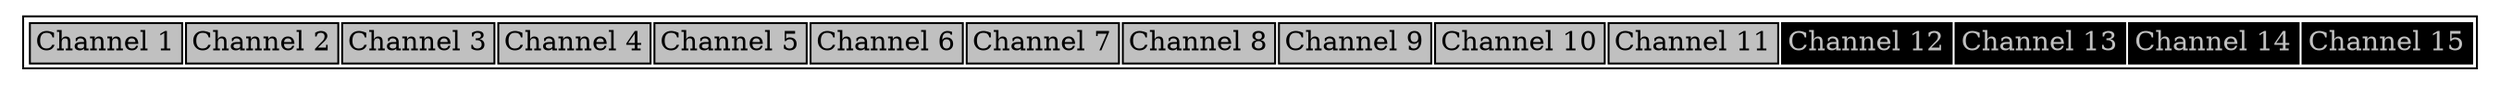
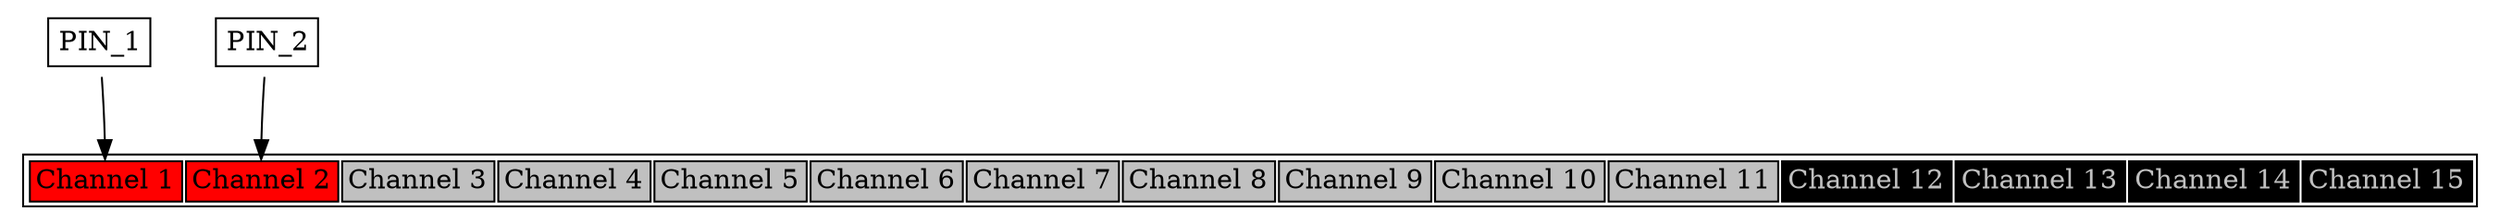


digraph H {

  parent [
   shape=plaintext
   label=<
     <table border='1' cellborder='1'>
       <tr>
-             <td bgcolor="grey" port='chan_1'>Channel 1</td>
-             <td bgcolor="grey" port='chan_2'>Channel 2</td>
+             <td bgcolor="red" port='chan_1'>Channel 1</td>
+             <td bgcolor="red" port='chan_2'>Channel 2</td>
            <td bgcolor="grey" port='chan_3'>Channel 3</td>
            <td bgcolor="grey" port='chan_4'>Channel 4</td>
            <td bgcolor="grey" port='chan_5'>Channel 5</td>
            <td bgcolor="grey" port='chan_6'>Channel 6</td>
            <td bgcolor="grey" port='chan_7'>Channel 7</td>
            <td bgcolor="grey" port='chan_8'>Channel 8</td>
            <td bgcolor="grey" port='chan_9'>Channel 9</td>
            <td bgcolor="grey" port='chan_10'>Channel 10</td>
            <td bgcolor="grey" port='chan_11'>Channel 11</td>
            <td bgcolor="black" port='chan_12'><font color="grey">Channel 12</font></td>
            <td bgcolor="black" port='chan_13'><font color="grey">Channel 13</font></td>
            <td bgcolor="black" port='chan_14'><font color="grey">Channel 14</font></td>
            <td bgcolor="black" port='chan_15'><font color="grey">Channel 15</font></td>
         </tr>
     </table>
  >];

+ pub_chan_1 [
+     shape=plaintext
+     label=<
+     <table border='1'  cellborder='0'>
+       <tr><td>PIN_1</td></tr>
+     </table>
+     >];
+ pub_chan_1 -> parent: chan_1;
+ 
+ pub_chan_2 [
+     shape=plaintext
+     label=<
+     <table border='1'  cellborder='0'>
+       <tr><td>PIN_2</td></tr>
+     </table>
+     >];
+ pub_chan_2 -> parent: chan_2;
+ 

}
